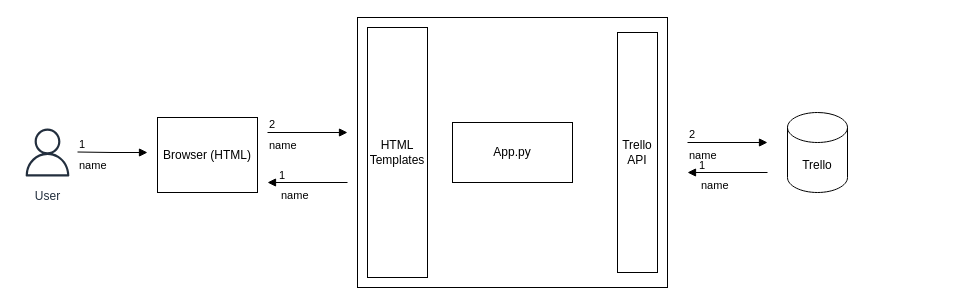
Above: Container Diagram.drawio in ma7nas/DevOps-Course-Starter (draw.io), before the change. Source tidied: cells renumbered, new cells numbered last; positions are measured from the earlier drawing's top-left corner, leaving out a move shared by most shapes. Both pictures are drawn from the tidied source at 100%, with x=0, y=0 at pixel (17, 17).
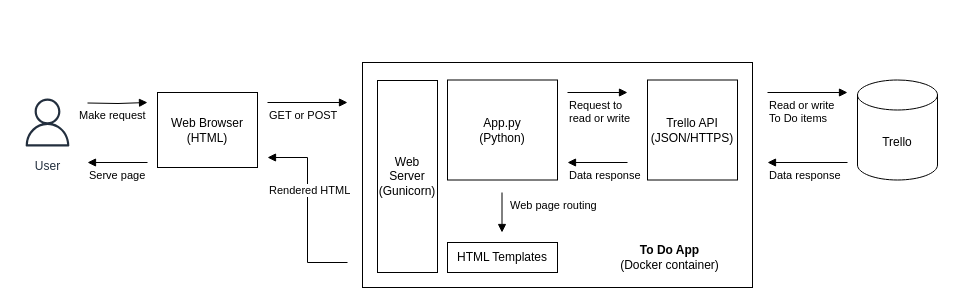
The same page after the edit.

The edit, as a diff of the source:
```diff
@@
     <mxCell id="2" value="User" style="sketch=0;fontColor=#232F3E;gradientColor=none;strokeColor=#232F3E;fillColor=#ffffff;dashed=0;verticalLabelPosition=bottom;verticalAlign=top;align=center;html=1;fontSize=12;fontStyle=0;shape=mxgraph.aws4.resourceIcon;resIcon=mxgraph.aws4.user;" parent="1" vertex="1">
-      <mxGeometry y="105" width="60" height="60" as="geometry" />
+      <mxGeometry y="75" width="60" height="60" as="geometry" />
     </mxCell>
+    <mxCell id="5" style="rounded=0;whiteSpace=wrap;html=1;" parent="1" vertex="1">
+      <mxGeometry x="345" y="45" width="390" height="225" as="geometry" />
+    </mxCell>
-    <mxCell id="3" value="name" style="endArrow=block;endFill=1;html=1;edgeStyle=orthogonalEdgeStyle;align=left;verticalAlign=top;rounded=0;" parent="1" edge="1">
-      <mxGeometry x="-1" relative="1" as="geometry">
-        <mxPoint x="60" y="134.5" as="sourcePoint" />
-        <mxPoint x="130" y="135" as="targetPoint" />
+    <mxCell id="3" value="Make request" style="endArrow=block;endFill=1;html=1;edgeStyle=orthogonalEdgeStyle;align=left;verticalAlign=top;rounded=0;" parent="1" edge="1">
+      <mxGeometry x="-1" y="10" relative="1" as="geometry">
+        <mxPoint x="70" y="85.5" as="sourcePoint" />
+        <mxPoint x="130" y="85" as="targetPoint" />
+        <mxPoint x="-10" y="9" as="offset" />
       </mxGeometry>
     </mxCell>
-    <mxCell id="4" value="1" style="edgeLabel;html=1;align=left;verticalAlign=bottom;" parent="3" vertex="1">
-      <mxGeometry x="-1" relative="1" as="geometry" />
-    </mxCell>
-    <mxCell id="5" style="rounded=0;whiteSpace=wrap;html=1;" parent="1" vertex="1">
-      <mxGeometry x="340" width="310" height="270" as="geometry" />
-    </mxCell>
     <mxCell id="6" value="Trello" style="shape=cylinder3;whiteSpace=wrap;html=1;boundedLbl=1;backgroundOutline=1;size=15;" parent="1" vertex="1">
-      <mxGeometry x="770" y="95" width="60" height="80" as="geometry" />
+      <mxGeometry x="840" y="62.5" width="80" height="100" as="geometry" />
     </mxCell>
-    <mxCell id="7" value="Browser (HTML)" style="rounded=0;whiteSpace=wrap;html=1;" parent="1" vertex="1">
-      <mxGeometry x="140" y="100" width="100" height="75" as="geometry" />
+    <mxCell id="7" value="Web Browser (HTML)" style="rounded=0;whiteSpace=wrap;html=1;" parent="1" vertex="1">
+      <mxGeometry x="140" y="75" width="100" height="75" as="geometry" />
     </mxCell>
-    <mxCell id="8" value="name" style="endArrow=block;endFill=1;html=1;edgeStyle=orthogonalEdgeStyle;align=left;verticalAlign=top;rounded=0;" parent="1" edge="1">
+    <mxCell id="8" value="GET or POST" style="endArrow=block;endFill=1;html=1;edgeStyle=orthogonalEdgeStyle;align=left;verticalAlign=top;rounded=0;" parent="1" edge="1">
       <mxGeometry x="-1" relative="1" as="geometry">
-        <mxPoint x="250" y="115" as="sourcePoint" />
-        <mxPoint x="330" y="115" as="targetPoint" />
+        <mxPoint x="250" y="85" as="sourcePoint" />
+        <mxPoint x="330" y="85" as="targetPoint" />
       </mxGeometry>
     </mxCell>
-    <mxCell id="9" value="2" style="edgeLabel;html=1;align=left;verticalAlign=bottom;" parent="8" vertex="1">
-      <mxGeometry x="-1" relative="1" as="geometry" />
-    </mxCell>
-    <mxCell id="10" value="name" style="endArrow=block;endFill=1;html=1;edgeStyle=orthogonalEdgeStyle;align=left;verticalAlign=top;rounded=0;" parent="1" edge="1">
-      <mxGeometry x="0.71" relative="1" as="geometry">
-        <mxPoint x="330" y="165" as="sourcePoint" />
-        <mxPoint x="250" y="165" as="targetPoint" />
+    <mxCell id="10" value="Rendered HTML" style="endArrow=block;endFill=1;html=1;edgeStyle=orthogonalEdgeStyle;align=left;verticalAlign=top;rounded=0;" parent="1" edge="1">
+      <mxGeometry x="1" y="20" relative="1" as="geometry">
+        <mxPoint x="330" y="245" as="sourcePoint" />
+        <mxPoint x="250" y="140" as="targetPoint" />
+        <Array as="points">
+          <mxPoint x="290" y="245" />
+          <mxPoint x="290" y="140" />
+        </Array>
       </mxGeometry>
     </mxCell>
-    <mxCell id="11" value="1" style="edgeLabel;html=1;align=left;verticalAlign=bottom;" parent="10" vertex="1">
-      <mxGeometry x="-1" relative="1" as="geometry">
-        <mxPoint x="-70" y="1" as="offset" />
-      </mxGeometry>
-    </mxCell>
-    <mxCell id="12" value="name" style="endArrow=block;endFill=1;html=1;edgeStyle=orthogonalEdgeStyle;align=left;verticalAlign=top;rounded=0;" parent="1" edge="1">
+    <mxCell id="12" value="Read or write&lt;br&gt;To Do items" style="endArrow=block;endFill=1;html=1;edgeStyle=orthogonalEdgeStyle;align=left;verticalAlign=top;rounded=0;" parent="1" edge="1">
       <mxGeometry x="-1" relative="1" as="geometry">
-        <mxPoint x="670" y="125" as="sourcePoint" />
-        <mxPoint x="750" y="125" as="targetPoint" />
+        <mxPoint x="750" y="75" as="sourcePoint" />
+        <mxPoint x="830" y="75" as="targetPoint" />
       </mxGeometry>
     </mxCell>
-    <mxCell id="13" value="2" style="edgeLabel;html=1;align=left;verticalAlign=bottom;" parent="12" vertex="1">
-      <mxGeometry x="-1" relative="1" as="geometry" />
-    </mxCell>
-    <mxCell id="14" value="name" style="endArrow=block;endFill=1;html=1;edgeStyle=orthogonalEdgeStyle;align=left;verticalAlign=top;rounded=0;" parent="1" edge="1">
-      <mxGeometry x="0.71" relative="1" as="geometry">
-        <mxPoint x="750" y="155" as="sourcePoint" />
-        <mxPoint x="670" y="155" as="targetPoint" />
+    <mxCell id="14" value="Data response" style="endArrow=block;endFill=1;html=1;edgeStyle=orthogonalEdgeStyle;align=left;verticalAlign=top;rounded=0;" parent="1" edge="1">
+      <mxGeometry x="1" relative="1" as="geometry">
+        <mxPoint x="830" y="145" as="sourcePoint" />
+        <mxPoint x="750" y="145" as="targetPoint" />
       </mxGeometry>
     </mxCell>
-    <mxCell id="15" value="1" style="edgeLabel;html=1;align=left;verticalAlign=bottom;" parent="14" vertex="1">
-      <mxGeometry x="-1" relative="1" as="geometry">
-        <mxPoint x="-70" y="1" as="offset" />
-      </mxGeometry>
-    </mxCell>
     <mxCell id="16" value="HTML Templates" style="rounded=0;whiteSpace=wrap;html=1;" parent="1" vertex="1">
-      <mxGeometry x="350" y="10" width="60" height="250" as="geometry" />
+      <mxGeometry x="430" y="225" width="110" height="30" as="geometry" />
     </mxCell>
-    <mxCell id="17" value="Trello API" style="rounded=0;whiteSpace=wrap;html=1;" parent="1" vertex="1">
-      <mxGeometry x="600" y="15" width="40" height="240" as="geometry" />
+    <mxCell id="17" value="Trello API&lt;br&gt;(JSON/HTTPS)" style="rounded=0;whiteSpace=wrap;html=1;" parent="1" vertex="1">
+      <mxGeometry x="630" y="62.5" width="90" height="100" as="geometry" />
     </mxCell>
-    <mxCell id="18" value="App.py" style="rounded=0;whiteSpace=wrap;html=1;" parent="1" vertex="1">
-      <mxGeometry x="435" y="105" width="120" height="60" as="geometry" />
+    <mxCell id="18" value="App.py&lt;br&gt;(Python)" style="rounded=0;whiteSpace=wrap;html=1;" parent="1" vertex="1">
+      <mxGeometry x="430" y="62.5" width="110" height="100" as="geometry" />
     </mxCell>
+    <mxCell id="19" value="Serve page" style="endArrow=block;endFill=1;html=1;edgeStyle=orthogonalEdgeStyle;align=left;verticalAlign=top;rounded=0;" parent="1" edge="1">
+      <mxGeometry x="1" relative="1" as="geometry">
+        <mxPoint x="130" y="145" as="sourcePoint" />
+        <mxPoint x="70" y="145" as="targetPoint" />
+      </mxGeometry>
+    </mxCell>
+    <mxCell id="20" value="Request to &lt;br&gt;read or write" style="endArrow=block;endFill=1;html=1;edgeStyle=orthogonalEdgeStyle;align=left;verticalAlign=top;rounded=0;" parent="1" edge="1">
+      <mxGeometry x="-1" relative="1" as="geometry">
+        <mxPoint x="550" y="75" as="sourcePoint" />
+        <mxPoint x="610" y="75" as="targetPoint" />
+      </mxGeometry>
+    </mxCell>
+    <mxCell id="21" value="Data response" style="endArrow=block;endFill=1;html=1;edgeStyle=orthogonalEdgeStyle;align=left;verticalAlign=top;rounded=0;" parent="1" edge="1">
+      <mxGeometry x="1" relative="1" as="geometry">
+        <mxPoint x="610" y="145" as="sourcePoint" />
+        <mxPoint x="550" y="145" as="targetPoint" />
+      </mxGeometry>
+    </mxCell>
+    <mxCell id="22" value="Web page routing" style="endArrow=block;endFill=1;html=1;edgeStyle=orthogonalEdgeStyle;align=left;verticalAlign=top;rounded=0;" parent="1" edge="1">
+      <mxGeometry x="-1" y="6" relative="1" as="geometry">
+        <mxPoint x="484.5" y="175" as="sourcePoint" />
+        <mxPoint x="484.5" y="215" as="targetPoint" />
+      </mxGeometry>
+    </mxCell>
+    <mxCell id="23" value="Web Server&lt;br&gt;(Gunicorn)" style="rounded=0;whiteSpace=wrap;html=1;" parent="1" vertex="1">
+      <mxGeometry x="360" y="63" width="60" height="192" as="geometry" />
+    </mxCell>
+    <mxCell id="24" value="&lt;font style=&quot;font-size: 12px;&quot;&gt;To Do App&lt;br&gt;&lt;span style=&quot;font-weight: normal;&quot;&gt;(Docker container)&lt;/span&gt;&lt;br&gt;&lt;/font&gt;" style="text;strokeColor=none;align=center;fillColor=none;html=1;verticalAlign=middle;whiteSpace=wrap;rounded=0;fontStyle=1;" parent="1" vertex="1">
+      <mxGeometry x="600" y="225" width="105" height="30" as="geometry" />
+    </mxCell>
```
